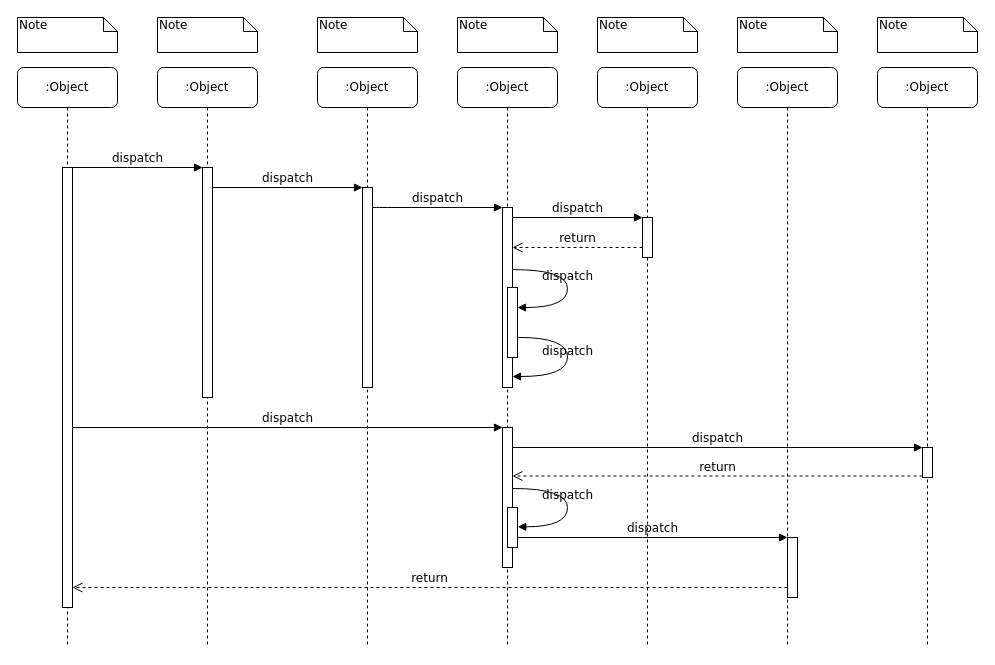
Before: Untitled Diagram.drawio in serviciodupuis/dupuis, a draw.io diagram. Source tidied: cells renumbered, new cells numbered last; positions are measured from the earlier drawing's top-left corner, leaving out a move shared by most shapes. Both pictures are drawn from the tidied source at 100%, with x=0, y=0 at pixel (17, 17).
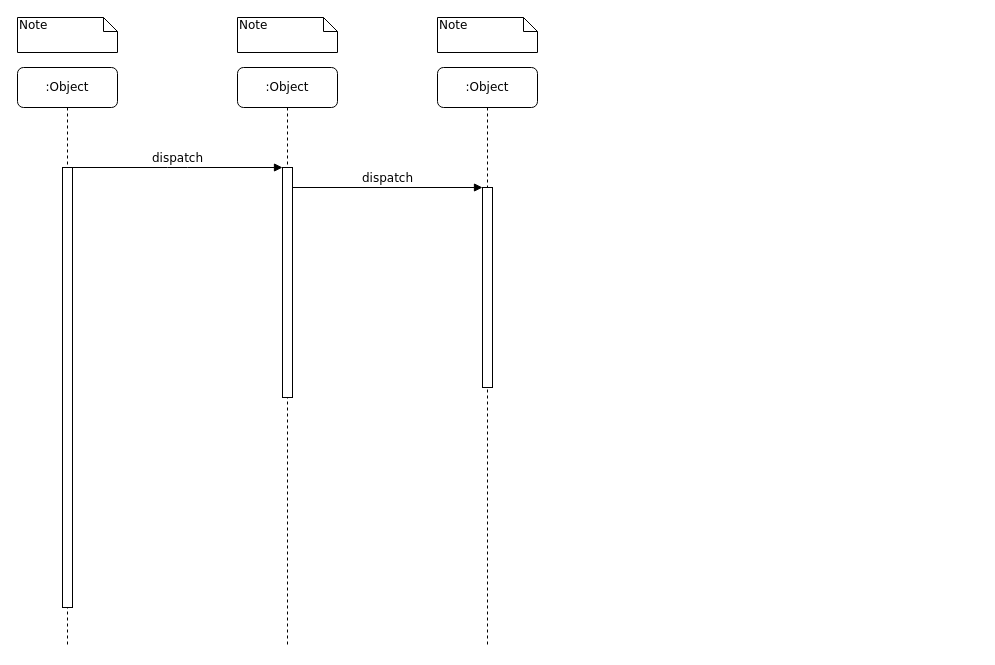
The same diagram, later.

The change refers to these unchanged cells:
```xml
<mxCell id="5" style="html=1;points=[];perimeter=orthogonalPerimeter;rounded=0;shadow=0;comic=0;labelBackgroundColor=none;strokeWidth=1;fontFamily=Verdana;fontSize=12;align=center;" parent="4" vertex="1">
  <mxGeometry x="45" y="120" width="10" height="200" as="geometry" />
</mxCell>
<mxCell id="11" style="html=1;points=[];perimeter=orthogonalPerimeter;rounded=0;shadow=0;comic=0;labelBackgroundColor=none;strokeWidth=1;fontFamily=Verdana;fontSize=12;align=center;" parent="10" vertex="1">
  <mxGeometry x="45" y="100" width="10" height="440" as="geometry" />
</mxCell>
```

Diff of the diagram source:
```diff
@@
     <mxCell id="2" value=":Object" style="shape=umlLifeline;perimeter=lifelinePerimeter;whiteSpace=wrap;html=1;rounded=1;shadow=0;comic=0;labelBackgroundColor=none;strokeWidth=1;fontFamily=Verdana;fontSize=12;align=center;" parent="1" vertex="1">
-      <mxGeometry x="140" y="50" width="100" height="580" as="geometry" />
+      <mxGeometry x="220" y="50" width="100" height="580" as="geometry" />
     </mxCell>
@@
     <mxCell id="4" value=":Object" style="shape=umlLifeline;perimeter=lifelinePerimeter;whiteSpace=wrap;html=1;rounded=1;shadow=0;comic=0;labelBackgroundColor=none;strokeWidth=1;fontFamily=Verdana;fontSize=12;align=center;" parent="1" vertex="1">
-      <mxGeometry x="300" y="50" width="100" height="580" as="geometry" />
+      <mxGeometry x="420" y="50" width="100" height="580" as="geometry" />
     </mxCell>
@@
-    <mxCell id="6" value=":Object" style="shape=umlLifeline;perimeter=lifelinePerimeter;whiteSpace=wrap;html=1;rounded=1;shadow=0;comic=0;labelBackgroundColor=none;strokeWidth=1;fontFamily=Verdana;fontSize=12;align=center;" parent="1" vertex="1">
-      <mxGeometry x="440" y="50" width="100" height="580" as="geometry" />
-    </mxCell>
-    <mxCell id="7" value=":Object" style="shape=umlLifeline;perimeter=lifelinePerimeter;whiteSpace=wrap;html=1;rounded=1;shadow=0;comic=0;labelBackgroundColor=none;strokeWidth=1;fontFamily=Verdana;fontSize=12;align=center;" parent="1" vertex="1">
-      <mxGeometry x="580" y="50" width="100" height="580" as="geometry" />
-    </mxCell>
-    <mxCell id="8" value=":Object" style="shape=umlLifeline;perimeter=lifelinePerimeter;whiteSpace=wrap;html=1;rounded=1;shadow=0;comic=0;labelBackgroundColor=none;strokeWidth=1;fontFamily=Verdana;fontSize=12;align=center;" parent="1" vertex="1">
-      <mxGeometry x="720" y="50" width="100" height="580" as="geometry" />
-    </mxCell>
-    <mxCell id="9" value=":Object" style="shape=umlLifeline;perimeter=lifelinePerimeter;whiteSpace=wrap;html=1;rounded=1;shadow=0;comic=0;labelBackgroundColor=none;strokeWidth=1;fontFamily=Verdana;fontSize=12;align=center;" parent="1" vertex="1">
-      <mxGeometry x="860" y="50" width="100" height="580" as="geometry" />
-    </mxCell>
@@
-    <mxCell id="12" style="html=1;points=[];perimeter=orthogonalPerimeter;rounded=0;shadow=0;comic=0;labelBackgroundColor=none;strokeWidth=1;fontFamily=Verdana;fontSize=12;align=center;" parent="1" vertex="1">
-      <mxGeometry x="485" y="190" width="10" height="180" as="geometry" />
-    </mxCell>
-    <mxCell id="13" value="dispatch" style="html=1;verticalAlign=bottom;endArrow=block;labelBackgroundColor=none;fontFamily=Verdana;fontSize=12;edgeStyle=elbowEdgeStyle;elbow=vertical;" parent="1" edge="1" source="5" target="12">
-      <mxGeometry relative="1" as="geometry">
-        <Array as="points">
-          <mxPoint x="360" y="190" />
-        </Array>
-      </mxGeometry>
-    </mxCell>
-    <mxCell id="14" style="html=1;points=[];perimeter=orthogonalPerimeter;rounded=0;shadow=0;comic=0;labelBackgroundColor=none;strokeWidth=1;fontFamily=Verdana;fontSize=12;align=center;" parent="1" vertex="1">
-      <mxGeometry x="625" y="200" width="10" height="40" as="geometry" />
-    </mxCell>
-    <mxCell id="15" value="dispatch" style="html=1;verticalAlign=bottom;endArrow=block;entryX=0;entryY=0;labelBackgroundColor=none;fontFamily=Verdana;fontSize=12;edgeStyle=elbowEdgeStyle;elbow=vertical;" parent="1" edge="1" source="12" target="14">
-      <mxGeometry relative="1" as="geometry" />
-    </mxCell>
-    <mxCell id="16" value="return" style="html=1;verticalAlign=bottom;endArrow=open;dashed=1;endSize=8;labelBackgroundColor=none;fontFamily=Verdana;fontSize=12;edgeStyle=elbowEdgeStyle;elbow=vertical;" parent="1" edge="1" source="14" target="12">
-      <mxGeometry relative="1" as="geometry">
-        <Array as="points">
-          <mxPoint x="570" y="230" />
-          <mxPoint x="600" y="230" />
-        </Array>
-      </mxGeometry>
-    </mxCell>
-    <mxCell id="17" style="html=1;points=[];perimeter=orthogonalPerimeter;rounded=0;shadow=0;comic=0;labelBackgroundColor=none;strokeWidth=1;fontFamily=Verdana;fontSize=12;align=center;" parent="1" vertex="1">
-      <mxGeometry x="485" y="410" width="10" height="140" as="geometry" />
-    </mxCell>
-    <mxCell id="18" value="dispatch" style="html=1;verticalAlign=bottom;endArrow=block;entryX=0;entryY=0;labelBackgroundColor=none;fontFamily=Verdana;fontSize=12;" parent="1" edge="1" source="11" target="17">
-      <mxGeometry relative="1" as="geometry" />
-    </mxCell>
-    <mxCell id="19" style="html=1;points=[];perimeter=orthogonalPerimeter;rounded=0;shadow=0;comic=0;labelBackgroundColor=none;strokeColor=#000000;strokeWidth=1;fillColor=#FFFFFF;fontFamily=Verdana;fontSize=12;fontColor=#000000;align=center;" parent="1" vertex="1">
-      <mxGeometry x="905" y="430" width="10" height="30" as="geometry" />
-    </mxCell>
-    <mxCell id="20" value="dispatch" style="html=1;verticalAlign=bottom;endArrow=block;entryX=0;entryY=0;labelBackgroundColor=none;fontFamily=Verdana;fontSize=12;" parent="1" edge="1" source="17" target="19">
-      <mxGeometry relative="1" as="geometry" />
-    </mxCell>
-    <mxCell id="21" value="return" style="html=1;verticalAlign=bottom;endArrow=open;dashed=1;endSize=8;exitX=0;exitY=0.95;labelBackgroundColor=none;fontFamily=Verdana;fontSize=12;" parent="1" edge="1" source="19" target="17">
-      <mxGeometry relative="1" as="geometry" />
-    </mxCell>
-    <mxCell id="22" style="html=1;points=[];perimeter=orthogonalPerimeter;rounded=0;shadow=0;comic=0;labelBackgroundColor=none;strokeWidth=1;fontFamily=Verdana;fontSize=12;align=center;" parent="1" vertex="1">
-      <mxGeometry x="770" y="520" width="10" height="60" as="geometry" />
-    </mxCell>
-    <mxCell id="23" value="dispatch" style="html=1;verticalAlign=bottom;endArrow=block;entryX=0;entryY=0;labelBackgroundColor=none;fontFamily=Verdana;fontSize=12;edgeStyle=elbowEdgeStyle;elbow=vertical;" parent="1" edge="1" source="30" target="22">
-      <mxGeometry relative="1" as="geometry" />
-    </mxCell>
-    <mxCell id="24" value="return" style="html=1;verticalAlign=bottom;endArrow=open;dashed=1;endSize=8;labelBackgroundColor=none;fontFamily=Verdana;fontSize=12;edgeStyle=elbowEdgeStyle;elbow=vertical;" parent="1" edge="1" source="22" target="11">
-      <mxGeometry relative="1" as="geometry">
-        <Array as="points">
-          <mxPoint x="470" y="570" />
-        </Array>
-      </mxGeometry>
-    </mxCell>
@@
-    <mxCell id="27" style="html=1;points=[];perimeter=orthogonalPerimeter;rounded=0;shadow=0;comic=0;labelBackgroundColor=none;strokeWidth=1;fontFamily=Verdana;fontSize=12;align=center;" parent="1" vertex="1">
-      <mxGeometry x="490" y="270" width="10" height="70" as="geometry" />
-    </mxCell>
-    <mxCell id="28" value="dispatch" style="html=1;verticalAlign=bottom;endArrow=block;labelBackgroundColor=none;fontFamily=Verdana;fontSize=12;elbow=vertical;edgeStyle=orthogonalEdgeStyle;curved=1;entryX=1;entryY=0.286;entryPerimeter=0;exitX=1.038;exitY=0.345;exitPerimeter=0;" parent="1" edge="1" source="12" target="27">
-      <mxGeometry relative="1" as="geometry">
-        <Array as="points">
-          <mxPoint x="550" y="252" />
-          <mxPoint x="550" y="290" />
-        </Array>
-      </mxGeometry>
-    </mxCell>
-    <mxCell id="29" value="dispatch" style="html=1;verticalAlign=bottom;endArrow=block;labelBackgroundColor=none;fontFamily=Verdana;fontSize=12;elbow=vertical;edgeStyle=orthogonalEdgeStyle;curved=1;exitX=1.066;exitY=0.713;exitPerimeter=0;" parent="1" edge="1" source="27">
-      <mxGeometry relative="1" as="geometry">
-        <mxPoint x="495" y="359" as="targetPoint" />
-        <Array as="points">
-          <mxPoint x="550" y="320" />
-          <mxPoint x="550" y="359" />
-        </Array>
-      </mxGeometry>
-    </mxCell>
-    <mxCell id="30" style="html=1;points=[];perimeter=orthogonalPerimeter;rounded=0;shadow=0;comic=0;labelBackgroundColor=none;strokeWidth=1;fontFamily=Verdana;fontSize=12;align=center;" parent="1" vertex="1">
-      <mxGeometry x="490" y="490" width="10" height="40" as="geometry" />
-    </mxCell>
-    <mxCell id="31" value="dispatch" style="html=1;verticalAlign=bottom;endArrow=block;labelBackgroundColor=none;fontFamily=Verdana;fontSize=12;elbow=vertical;edgeStyle=orthogonalEdgeStyle;curved=1;entryX=1;entryY=0.286;entryPerimeter=0;exitX=1.038;exitY=0.345;exitPerimeter=0;" parent="1" edge="1">
-      <mxGeometry relative="1" as="geometry">
-        <mxPoint x="495.3" y="471" as="sourcePoint" />
-        <mxPoint x="500.3" y="509.3" as="targetPoint" />
-        <Array as="points">
-          <mxPoint x="550" y="471" />
-          <mxPoint x="550" y="509" />
-        </Array>
-      </mxGeometry>
-    </mxCell>
@@
     <mxCell id="33" value="Note" style="shape=note;whiteSpace=wrap;html=1;size=14;verticalAlign=top;align=left;spacingTop=-6;rounded=0;shadow=0;comic=0;labelBackgroundColor=none;strokeWidth=1;fontFamily=Verdana;fontSize=12;" parent="1" vertex="1">
-      <mxGeometry x="140" width="100" height="35" as="geometry" />
+      <mxGeometry x="220" width="100" height="35" as="geometry" />
     </mxCell>
     <mxCell id="34" value="Note" style="shape=note;whiteSpace=wrap;html=1;size=14;verticalAlign=top;align=left;spacingTop=-6;rounded=0;shadow=0;comic=0;labelBackgroundColor=none;strokeWidth=1;fontFamily=Verdana;fontSize=12;" parent="1" vertex="1">
-      <mxGeometry x="300" width="100" height="35" as="geometry" />
+      <mxGeometry x="420" width="100" height="35" as="geometry" />
     </mxCell>
-    <mxCell id="35" value="Note" style="shape=note;whiteSpace=wrap;html=1;size=14;verticalAlign=top;align=left;spacingTop=-6;rounded=0;shadow=0;comic=0;labelBackgroundColor=none;strokeWidth=1;fontFamily=Verdana;fontSize=12;" parent="1" vertex="1">
-      <mxGeometry x="440" width="100" height="35" as="geometry" />
-    </mxCell>
-    <mxCell id="36" value="Note" style="shape=note;whiteSpace=wrap;html=1;size=14;verticalAlign=top;align=left;spacingTop=-6;rounded=0;shadow=0;comic=0;labelBackgroundColor=none;strokeWidth=1;fontFamily=Verdana;fontSize=12;" parent="1" vertex="1">
-      <mxGeometry x="580" width="100" height="35" as="geometry" />
-    </mxCell>
-    <mxCell id="37" value="Note" style="shape=note;whiteSpace=wrap;html=1;size=14;verticalAlign=top;align=left;spacingTop=-6;rounded=0;shadow=0;comic=0;labelBackgroundColor=none;strokeWidth=1;fontFamily=Verdana;fontSize=12;" parent="1" vertex="1">
-      <mxGeometry x="720" width="100" height="35" as="geometry" />
-    </mxCell>
-    <mxCell id="38" value="Note" style="shape=note;whiteSpace=wrap;html=1;size=14;verticalAlign=top;align=left;spacingTop=-6;rounded=0;shadow=0;comic=0;labelBackgroundColor=none;strokeWidth=1;fontFamily=Verdana;fontSize=12;" parent="1" vertex="1">
-      <mxGeometry x="860" width="100" height="35" as="geometry" />
-    </mxCell>
```
